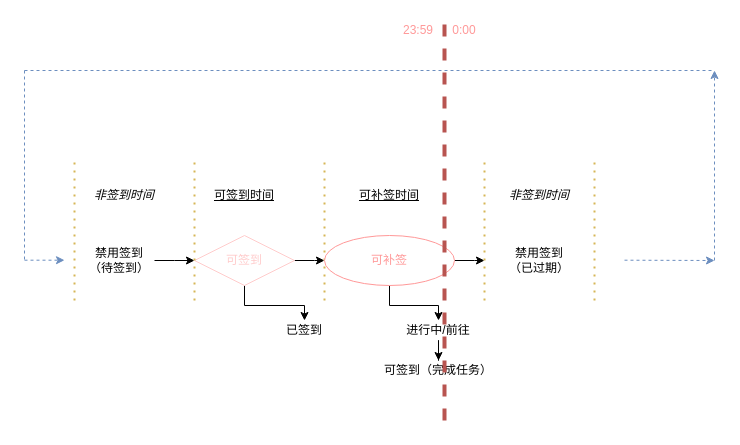
This is Untitled Diagram.drawio from pearhield/test, a draw.io file, before an edit. Source tidied: cells renumbered, new cells numbered last; positions are measured from the earlier drawing's top-left corner, leaving out a move shared by most shapes. Both pictures are drawn from the tidied source at 100%, with x=0, y=0 at pixel (24, 20).
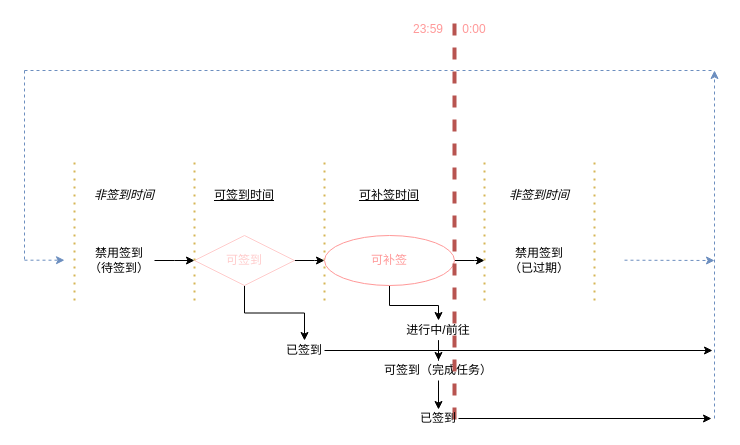
The same diagram, later.

The change refers to these unchanged cells:
```xml
<mxCell id="18" value="可签到（完成任务）" style="text;html=1;strokeColor=none;fillColor=none;align=center;verticalAlign=middle;whiteSpace=wrap;rounded=0;" parent="1" vertex="1">
  <mxGeometry x="314" y="340" width="200" height="20" as="geometry" />
</mxCell>
```

The edit, as a diff of the source:
```diff
@@
+    <mxCell id="32" style="edgeStyle=none;rounded=0;jettySize=auto;html=1;strokeWidth=1;fontColor=#FF9999;" parent="1" edge="1" source="7">
+      <mxGeometry relative="1" as="geometry">
+        <mxPoint x="688" y="330" as="targetPoint" />
+      </mxGeometry>
+    </mxCell>
     <mxCell id="7" value="已签到" style="text;html=1;strokeColor=none;fillColor=none;align=center;verticalAlign=middle;whiteSpace=wrap;rounded=0;" parent="1" vertex="1">
-      <mxGeometry x="260" y="300" width="40" height="20" as="geometry" />
+      <mxGeometry x="260" y="320" width="40" height="20" as="geometry" />
     </mxCell>
@@
+    <mxCell id="33" style="rounded=0;jettySize=auto;html=1;strokeWidth=1;fontColor=#FF9999;" parent="1" edge="1" source="18">
+      <mxGeometry relative="1" as="geometry">
+        <mxPoint x="414" y="389" as="targetPoint" />
+      </mxGeometry>
+    </mxCell>
@@
     <mxCell id="28" style="endArrow=classic;html=1;fontColor=#FF9999;fillColor=#dae8fc;strokeColor=#6c8ebf;dashed=1;" parent="1" edge="1">
       <mxGeometry relative="1" as="geometry">
-        <mxPoint x="690" y="240" as="sourcePoint" />
+        <mxPoint x="690" y="398" as="sourcePoint" />
         <mxPoint x="690" y="50" as="targetPoint" />
       </mxGeometry>
     </mxCell>
     <mxCell id="29" style="endArrow=none;dashed=1;html=1;strokeWidth=4;fontColor=#FF9999;fillColor=#f8cecc;strokeColor=#b85450;" parent="1" edge="1">
       <mxGeometry relative="1" as="geometry">
-        <mxPoint x="420" y="400" as="sourcePoint" />
-        <mxPoint x="420" as="targetPoint" />
+        <mxPoint x="430" y="399" as="sourcePoint" />
+        <mxPoint x="430" y="-1" as="targetPoint" />
       </mxGeometry>
     </mxCell>
     <mxCell id="30" value="23:59" style="text;html=1;strokeColor=none;fillColor=none;align=center;verticalAlign=middle;whiteSpace=wrap;rounded=0;fontColor=#FF9999;" parent="1" vertex="1">
-      <mxGeometry x="374" width="40" height="20" as="geometry" />
+      <mxGeometry x="384" y="-1" width="40" height="20" as="geometry" />
     </mxCell>
     <mxCell id="31" value="0:00" style="text;html=1;strokeColor=none;fillColor=none;align=center;verticalAlign=middle;whiteSpace=wrap;rounded=0;fontColor=#FF9999;" parent="1" vertex="1">
-      <mxGeometry x="420" width="40" height="20" as="geometry" />
+      <mxGeometry x="430" y="-1" width="40" height="20" as="geometry" />
     </mxCell>
+    <mxCell id="34" style="edgeStyle=none;rounded=0;jettySize=auto;html=1;strokeWidth=1;fontColor=#FF9999;" parent="1" edge="1" source="35">
+      <mxGeometry relative="1" as="geometry">
+        <mxPoint x="687" y="398" as="targetPoint" />
+      </mxGeometry>
+    </mxCell>
+    <mxCell id="35" value="已签到" style="text;html=1;strokeColor=none;fillColor=none;align=center;verticalAlign=middle;whiteSpace=wrap;rounded=0;" parent="1" vertex="1">
+      <mxGeometry x="394" y="388" width="40" height="20" as="geometry" />
+    </mxCell>
```
